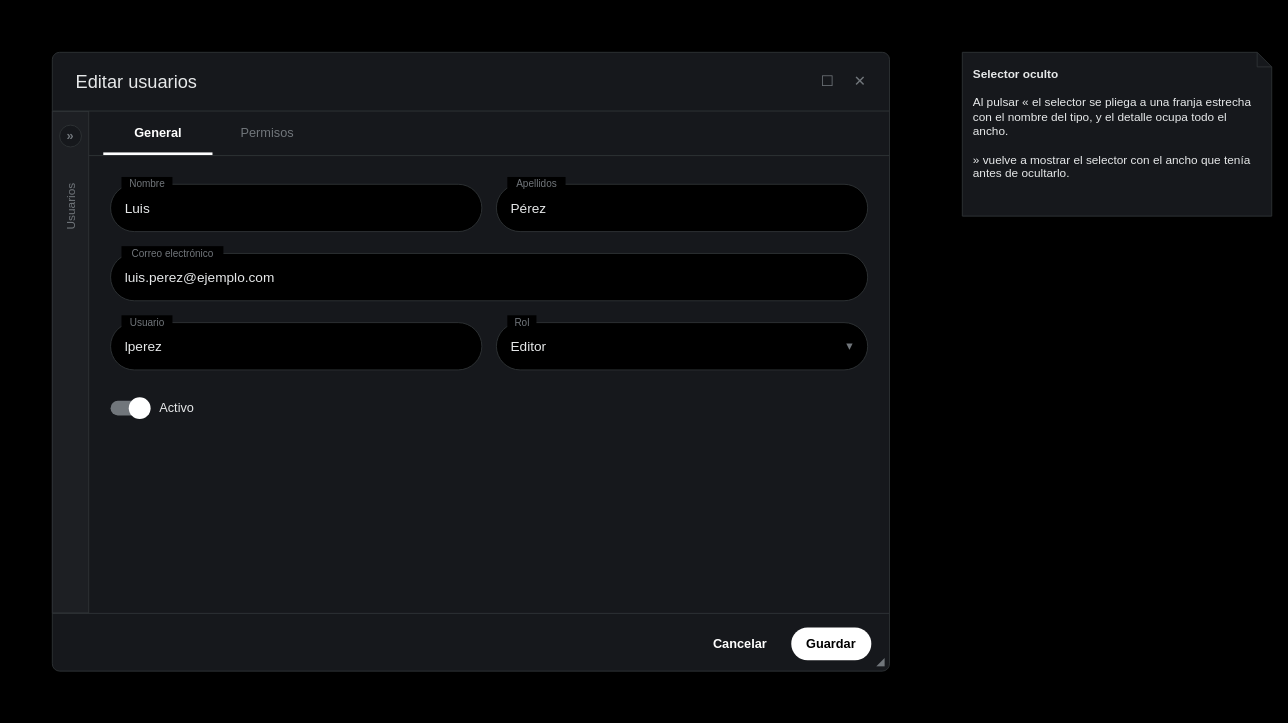
Earlier version of the draw.io diagram page "Usuarios (selector oculto)" (2 of 9) of Documentation/UI/[Diseño] Cliso.UI - Editor.drawio (Aaron-B-D/Cliso). Source tidied: cells renumbered, new cells numbered last; positions are measured from the earlier drawing's top-left corner, leaving out a move shared by most shapes. Both pictures are drawn from the tidied source at 91%, with x=0, y=0 at pixel (15, 15). Pictures stored in the file or linked from it are replaced by grey dashed boxes.
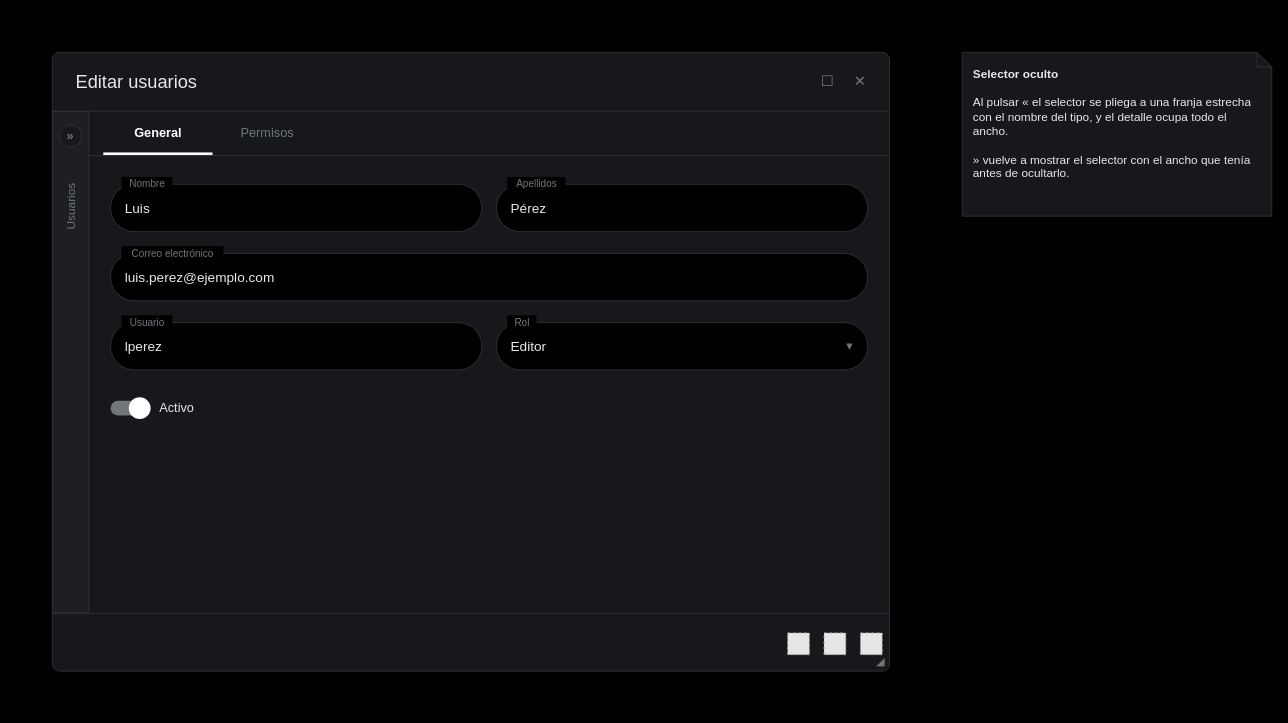
The same page after the edit.

Diff of the diagram source:
```diff
@@
-    <mxCell id="30" value="Cancelar" style="rounded=1;arcSize=50;whiteSpace=wrap;html=1;fillColor=none;strokeColor=none;fontSize=14;fontStyle=1;fontColor=#FFFFFF;" parent="1" vertex="1">
-      <mxGeometry x="748" y="672" width="96" height="36" as="geometry" />
-    </mxCell>
-    <mxCell id="31" value="Guardar" style="rounded=1;arcSize=50;whiteSpace=wrap;html=1;fillColor=#FFFFFF;strokeColor=none;fontSize=14;fontStyle=1;fontColor=#000000;" parent="1" vertex="1">
-      <mxGeometry x="852" y="672" width="88" height="36" as="geometry" />
-    </mxCell>
+    <mxCell id="34" style="fillColor=#E6E6E6;strokeColor=#999999;dashed=1;html=1;" parent="1" vertex="1">
+      <mxGeometry x="848" y="678" width="24" height="24" as="geometry" />
+    </mxCell>
+    <mxCell id="35" style="fillColor=#E6E6E6;strokeColor=#999999;dashed=1;html=1;" parent="1" vertex="1">
+      <mxGeometry x="888" y="678" width="24" height="24" as="geometry" />
+    </mxCell>
+    <mxCell id="36" style="fillColor=#E6E6E6;strokeColor=#999999;dashed=1;html=1;" parent="1" vertex="1">
+      <mxGeometry x="928" y="678" width="24" height="24" as="geometry" />
+    </mxCell>
```
